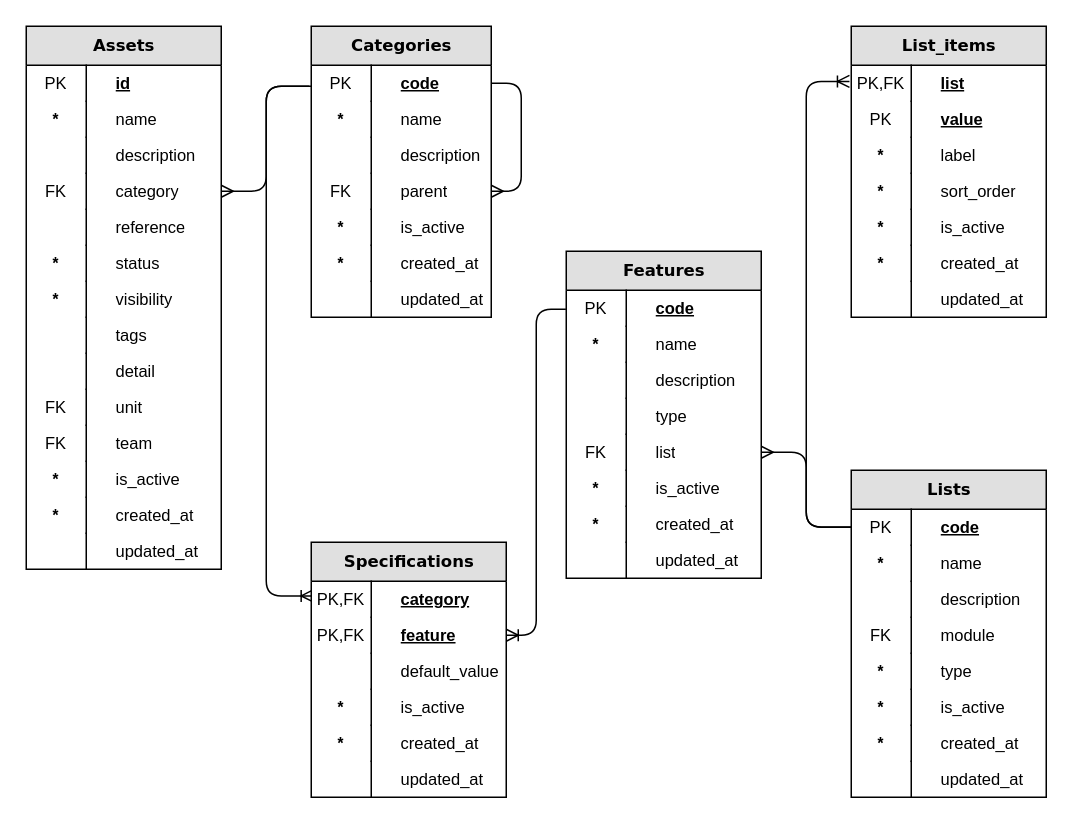
This is page "taxo" (3 of 7) of docs/models.drawio from abc-flex/synapxia, a draw.io file, before an edit. Source tidied: cells renumbered, new cells numbered last; positions are measured from the earlier drawing's top-left corner, leaving out a move shared by most shapes. Both pictures are drawn from the tidied source at 150%, with x=0, y=0 at pixel (26, 26).
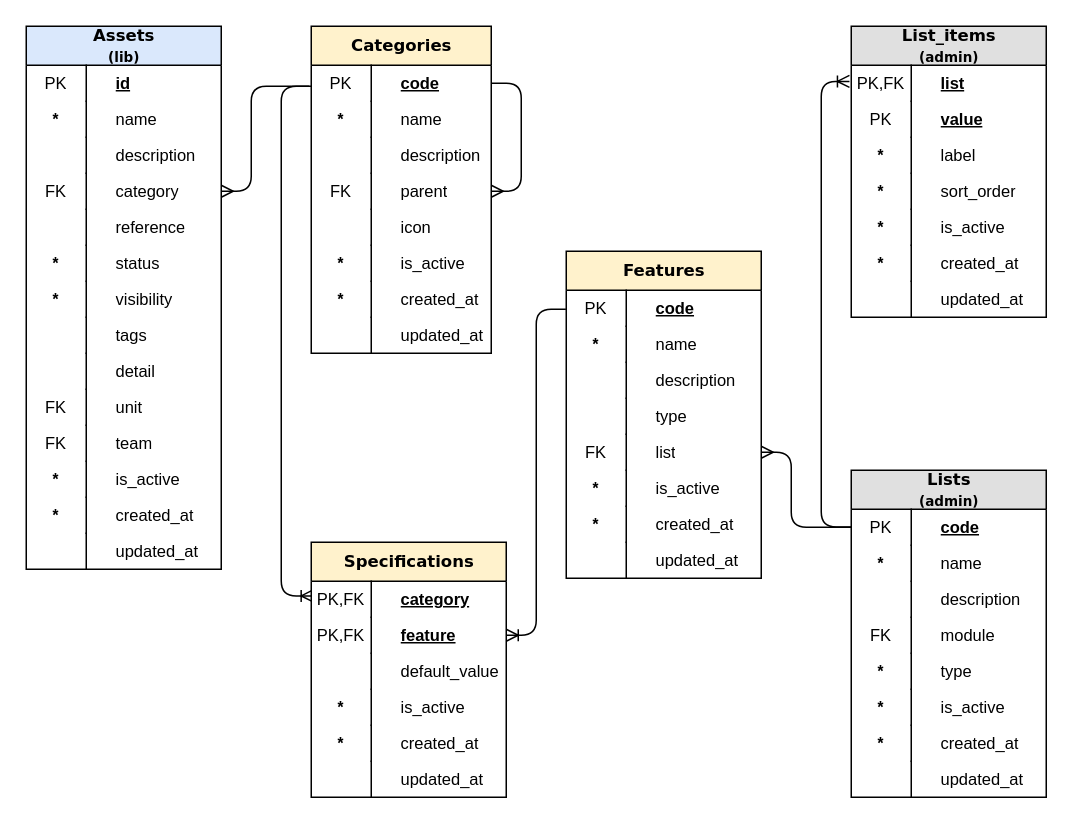
After the change.

Unchanged cells that the change refers to:
```xml
<mxCell id="11" value="list" style="shape=partialRectangle;top=0;left=0;right=0;bottom=0;html=1;align=left;verticalAlign=middle;fillColor=none;spacingLeft=60;spacingRight=4;whiteSpace=wrap;overflow=hidden;points=[[0,0.5],[1,0.5]];portConstraint=eastwest;fontStyle=0;fontSize=11;spacing=0;" parent="2" vertex="1">
  <mxGeometry y="122" width="130" height="24" as="geometry" />
</mxCell>
<mxCell id="27" value="&lt;span style=&quot;font-weight: 400;&quot;&gt;category&lt;/span&gt;" style="shape=partialRectangle;top=0;left=0;right=0;bottom=0;html=1;align=left;verticalAlign=middle;fillColor=none;spacingLeft=60;spacingRight=4;whiteSpace=wrap;overflow=hidden;points=[[0,0.5],[1,0.5]];portConstraint=eastwest;fontStyle=1;fontSize=11;spacing=0;" parent="20" vertex="1">
  <mxGeometry y="98" width="130" height="24" as="geometry" />
</mxCell>
<mxCell id="51" value="&lt;span style=&quot;font-weight: 400;&quot;&gt;PK,FK&lt;/span&gt;" style="shape=partialRectangle;fontStyle=1;top=0;left=0;bottom=0;html=1;fillColor=none;align=center;verticalAlign=middle;spacingLeft=4;spacingRight=4;whiteSpace=wrap;overflow=hidden;points=[];portConstraint=eastwest;fontSize=11;spacing=0;" parent="50" vertex="1">
  <mxGeometry width="40" height="24" as="geometry" />
</mxCell>
<mxCell id="66" value="PK" style="shape=partialRectangle;fontStyle=0;top=0;left=0;bottom=0;html=1;fillColor=none;align=center;verticalAlign=middle;spacingLeft=4;spacingRight=4;whiteSpace=wrap;overflow=hidden;points=[];portConstraint=eastwest;fontSize=11;spacing=0;" parent="65" vertex="1">
  <mxGeometry width="40" height="24" as="geometry" />
</mxCell>
<mxCell id="82" value="&lt;span style=&quot;font-weight: normal;&quot;&gt;PK,FK&lt;/span&gt;" style="shape=partialRectangle;fontStyle=1;top=0;left=0;bottom=0;html=1;fillColor=none;align=center;verticalAlign=middle;spacingLeft=4;spacingRight=4;whiteSpace=wrap;overflow=hidden;points=[];portConstraint=eastwest;fontSize=11;spacing=0;" parent="81" vertex="1">
  <mxGeometry width="40" height="24" as="geometry" />
</mxCell>
<mxCell id="97" value="&lt;span style=&quot;font-weight: normal;&quot;&gt;PK&lt;/span&gt;" style="shape=partialRectangle;fontStyle=1;top=0;left=0;bottom=0;html=1;fillColor=none;align=center;verticalAlign=middle;spacingLeft=4;spacingRight=4;whiteSpace=wrap;overflow=hidden;points=[];portConstraint=eastwest;fontSize=11;spacing=0;" parent="96" vertex="1">
  <mxGeometry width="40" height="24" as="geometry" />
</mxCell>
```

What changed in the source:
```diff
@@
-    <mxCell id="2" value="Features" style="swimlane;html=1;fontStyle=1;horizontal=1;startSize=26;fillColor=#e0e0e0;swimlaneFillColor=#ffffff;align=center;rounded=0;shadow=0;comic=0;labelBackgroundColor=none;strokeWidth=1;fontFamily=Verdana;fontSize=11;spacing=0;" parent="1" vertex="1">
+    <mxCell id="2" value="Features" style="swimlane;html=1;fontStyle=1;horizontal=1;startSize=26;fillColor=#FFF2CC;swimlaneFillColor=#ffffff;align=center;rounded=0;shadow=0;comic=0;labelBackgroundColor=none;strokeWidth=1;fontFamily=Verdana;fontSize=11;spacing=0;" parent="1" vertex="1">
       <mxGeometry x="360" y="150" width="130" height="218" as="geometry" />
     </mxCell>
@@
     <mxCell id="19" style="edgeStyle=orthogonalEdgeStyle;html=1;startArrow=ERoneToMany;endArrow=none;rounded=1;fontFamily=Verdana;fontSize=11;fontStyle=1;endFill=0;spacing=0;startFill=0;elbow=vertical;exitX=0.032;exitY=0.408;exitDx=0;exitDy=0;exitPerimeter=0;" parent="1" edge="1" source="51" target="66">
       <mxGeometry relative="1" as="geometry">
         <Array as="points">
-          <mxPoint x="160" y="380" />
-          <mxPoint x="160" y="40" />
+          <mxPoint x="170" y="380" />
+          <mxPoint x="170" y="40" />
         </Array>
       </mxGeometry>
     </mxCell>
-    <mxCell id="20" value="&lt;font&gt;Assets&lt;/font&gt;" style="swimlane;html=1;fontStyle=1;horizontal=1;startSize=26;fillColor=#e0e0e0;swimlaneFillColor=#ffffff;align=center;rounded=0;shadow=0;comic=0;labelBackgroundColor=none;strokeWidth=1;fontFamily=Verdana;fontSize=11;spacing=0;" parent="1" vertex="1">
+    <mxCell id="20" value="&lt;font&gt;Assets&lt;/font&gt;&lt;div&gt;&lt;font style=&quot;font-size: 9px;&quot;&gt;(lib)&lt;/font&gt;&lt;/div&gt;" style="swimlane;html=1;fontStyle=1;horizontal=1;startSize=26;fillColor=#DAE8FC;swimlaneFillColor=#ffffff;align=center;rounded=0;shadow=0;comic=0;labelBackgroundColor=none;strokeWidth=1;fontFamily=Verdana;fontSize=11;spacing=0;" parent="1" vertex="1">
       <mxGeometry width="130" height="362" as="geometry" />
     </mxCell>
@@
-    <mxCell id="49" value="Specifications" style="swimlane;html=1;fontStyle=1;horizontal=1;startSize=26;fillColor=#e0e0e0;swimlaneFillColor=#ffffff;align=center;rounded=0;shadow=0;comic=0;labelBackgroundColor=none;strokeWidth=1;fontFamily=Verdana;fontSize=11;spacing=0;" parent="1" vertex="1">
+    <mxCell id="49" value="Specifications" style="swimlane;html=1;fontStyle=1;horizontal=1;startSize=26;fillColor=#FFF2CC;swimlaneFillColor=#ffffff;align=center;rounded=0;shadow=0;comic=0;labelBackgroundColor=none;strokeWidth=1;fontFamily=Verdana;fontSize=11;spacing=0;" parent="1" vertex="1">
       <mxGeometry x="190" y="344" width="130" height="170" as="geometry" />
     </mxCell>
@@
     <mxCell id="63" style="edgeStyle=elbowEdgeStyle;html=1;startArrow=none;endArrow=ERmany;rounded=1;fontFamily=Verdana;fontSize=11;fontStyle=1;spacing=0;startFill=0;entryX=1;entryY=0.5;entryDx=0;entryDy=0;exitX=-0.033;exitY=0.583;exitDx=0;exitDy=0;exitPerimeter=0;" parent="1" edge="1" source="66" target="27">
       <mxGeometry relative="1" as="geometry">
         <Array as="points">
-          <mxPoint x="160" y="80" />
+          <mxPoint x="150" y="70" />
         </Array>
       </mxGeometry>
     </mxCell>
-    <mxCell id="64" value="&lt;font&gt;&lt;span&gt;Categories&lt;/span&gt;&lt;/font&gt;" style="swimlane;html=1;fontStyle=1;horizontal=1;startSize=26;fillColor=#e0e0e0;swimlaneFillColor=#ffffff;align=center;rounded=0;shadow=0;comic=0;labelBackgroundColor=none;strokeWidth=1;fontFamily=Verdana;fontSize=11;spacing=0;" parent="1" vertex="1">
-      <mxGeometry x="190" width="120" height="194" as="geometry" />
+    <mxCell id="64" value="&lt;font&gt;&lt;span&gt;Categories&lt;/span&gt;&lt;/font&gt;" style="swimlane;html=1;fontStyle=1;horizontal=1;startSize=26;fillColor=#FFF2CC;swimlaneFillColor=#ffffff;align=center;rounded=0;shadow=0;comic=0;labelBackgroundColor=none;strokeWidth=1;fontFamily=Verdana;fontSize=11;spacing=0;" parent="1" vertex="1">
+      <mxGeometry x="190" width="120" height="218" as="geometry" />
     </mxCell>
@@
-    <mxCell id="73" value="is_active" style="shape=partialRectangle;top=0;left=0;right=0;bottom=0;html=1;align=left;verticalAlign=middle;fillColor=none;spacingLeft=60;spacingRight=4;whiteSpace=wrap;overflow=hidden;fontStyle=0;fontSize=11;spacing=0;" parent="64" vertex="1">
+    <mxCell id="73" value="icon" style="shape=partialRectangle;top=0;left=0;right=0;bottom=0;html=1;align=left;verticalAlign=middle;fillColor=none;spacingLeft=60;spacingRight=4;whiteSpace=wrap;overflow=hidden;fontStyle=0;fontSize=11;spacing=0;" parent="64" vertex="1">
       <mxGeometry y="122" width="120" height="24" as="geometry" />
     </mxCell>
-    <mxCell id="74" value="&lt;b&gt;*&lt;/b&gt;" style="shape=partialRectangle;fontStyle=0;top=0;left=0;bottom=0;html=1;fillColor=none;align=center;verticalAlign=middle;spacingLeft=4;spacingRight=4;whiteSpace=wrap;overflow=hidden;fontSize=11;spacing=0;" parent="73" vertex="1">
+    <mxCell id="74" style="shape=partialRectangle;fontStyle=0;top=0;left=0;bottom=0;html=1;fillColor=none;align=center;verticalAlign=middle;spacingLeft=4;spacingRight=4;whiteSpace=wrap;overflow=hidden;fontSize=11;spacing=0;" parent="73" vertex="1">
       <mxGeometry width="40" height="24" as="geometry" />
     </mxCell>
+    <mxCell id="114" value="is_active" style="shape=partialRectangle;top=0;left=0;right=0;bottom=0;html=1;align=left;verticalAlign=middle;fillColor=none;spacingLeft=60;spacingRight=4;whiteSpace=wrap;overflow=hidden;fontStyle=0;fontSize=11;spacing=0;" parent="64" vertex="1">
+      <mxGeometry y="146" width="120" height="24" as="geometry" />
+    </mxCell>
+    <mxCell id="115" value="&lt;b&gt;*&lt;/b&gt;" style="shape=partialRectangle;fontStyle=0;top=0;left=0;bottom=0;html=1;fillColor=none;align=center;verticalAlign=middle;spacingLeft=4;spacingRight=4;whiteSpace=wrap;overflow=hidden;fontSize=11;spacing=0;" parent="114" vertex="1">
+      <mxGeometry width="40" height="24" as="geometry" />
+    </mxCell>
     <mxCell id="75" value="created_at" style="shape=partialRectangle;top=0;left=0;right=0;bottom=0;html=1;align=left;verticalAlign=middle;fillColor=none;spacingLeft=60;spacingRight=4;whiteSpace=wrap;overflow=hidden;fontStyle=0;fontSize=11;spacing=0;" parent="64" vertex="1">
-      <mxGeometry y="146" width="120" height="24" as="geometry" />
+      <mxGeometry y="170" width="120" height="24" as="geometry" />
     </mxCell>
@@
     <mxCell id="77" value="updated_at" style="shape=partialRectangle;top=0;left=0;right=0;bottom=0;html=1;align=left;verticalAlign=middle;fillColor=none;spacingLeft=60;spacingRight=4;whiteSpace=wrap;overflow=hidden;fontStyle=0;fontSize=11;spacing=0;" parent="64" vertex="1">
-      <mxGeometry y="170" width="120" height="24" as="geometry" />
+      <mxGeometry y="194" width="120" height="24" as="geometry" />
     </mxCell>
@@
-    <mxCell id="80" value="&lt;font&gt;&lt;span&gt;List_items&lt;/span&gt;&lt;/font&gt;" style="swimlane;html=1;fontStyle=1;horizontal=1;startSize=26;fillColor=#e0e0e0;swimlaneFillColor=#ffffff;align=center;rounded=0;shadow=0;comic=0;labelBackgroundColor=none;strokeWidth=1;fontFamily=Verdana;fontSize=11;spacing=0;" parent="1" vertex="1">
+    <mxCell id="80" value="&lt;span style=&quot;background-color: transparent; color: light-dark(rgb(0, 0, 0), rgb(255, 255, 255));&quot;&gt;List_items&lt;/span&gt;&lt;div&gt;&lt;span style=&quot;background-color: transparent; color: light-dark(rgb(0, 0, 0), rgb(255, 255, 255));&quot;&gt;&lt;font style=&quot;font-size: 9px;&quot;&gt;(admin)&lt;/font&gt;&lt;/span&gt;&lt;/div&gt;" style="swimlane;html=1;fontStyle=1;horizontal=1;startSize=26;fillColor=#e0e0e0;swimlaneFillColor=#ffffff;align=center;rounded=0;shadow=0;comic=0;labelBackgroundColor=none;strokeWidth=1;fontFamily=Verdana;fontSize=11;spacing=0;" parent="1" vertex="1">
       <mxGeometry x="550" width="130" height="194" as="geometry" />
     </mxCell>
@@
-    <mxCell id="95" value="&lt;font&gt;&lt;span&gt;Lists&lt;/span&gt;&lt;/font&gt;" style="swimlane;html=1;fontStyle=1;horizontal=1;startSize=26;fillColor=#e0e0e0;swimlaneFillColor=#ffffff;align=center;rounded=0;shadow=0;comic=0;labelBackgroundColor=none;strokeWidth=1;fontFamily=Verdana;fontSize=11;spacing=0;" parent="1" vertex="1">
+    <mxCell id="95" value="&lt;font&gt;&lt;span&gt;Lists&lt;/span&gt;&lt;/font&gt;&lt;div&gt;&lt;font style=&quot;font-size: 9px;&quot;&gt;(admin)&lt;/font&gt;&lt;/div&gt;" style="swimlane;html=1;fontStyle=1;horizontal=1;startSize=26;fillColor=#e0e0e0;swimlaneFillColor=#ffffff;align=center;rounded=0;shadow=0;comic=0;labelBackgroundColor=none;strokeWidth=1;fontFamily=Verdana;fontSize=11;spacing=0;" parent="1" vertex="1">
       <mxGeometry x="550" y="296" width="130" height="218" as="geometry" />
     </mxCell>
@@
     <mxCell id="112" style="edgeStyle=elbowEdgeStyle;html=1;startArrow=none;endArrow=ERoneToMany;rounded=1;fontFamily=Verdana;fontSize=11;exitX=-0.001;exitY=0.495;exitDx=0;exitDy=0;fontStyle=1;endFill=0;spacing=0;startFill=0;entryX=-0.03;entryY=0.45;entryDx=0;entryDy=0;entryPerimeter=0;exitPerimeter=0;" parent="1" edge="1" source="97" target="82">
       <mxGeometry relative="1" as="geometry">
         <Array as="points">
-          <mxPoint x="520" y="190" />
+          <mxPoint x="530" y="190" />
         </Array>
       </mxGeometry>
     </mxCell>
     <mxCell id="113" style="edgeStyle=elbowEdgeStyle;html=1;startArrow=none;endArrow=ERmany;rounded=1;fontFamily=Verdana;fontSize=11;fontStyle=1;spacing=0;startFill=0;entryX=1;entryY=0.5;entryDx=0;entryDy=0;exitX=0.008;exitY=0.5;exitDx=0;exitDy=0;exitPerimeter=0;" parent="1" edge="1" source="97" target="11">
       <mxGeometry relative="1" as="geometry">
         <Array as="points">
-          <mxPoint x="520" y="310" />
+          <mxPoint x="510" y="310" />
         </Array>
       </mxGeometry>
     </mxCell>
```
